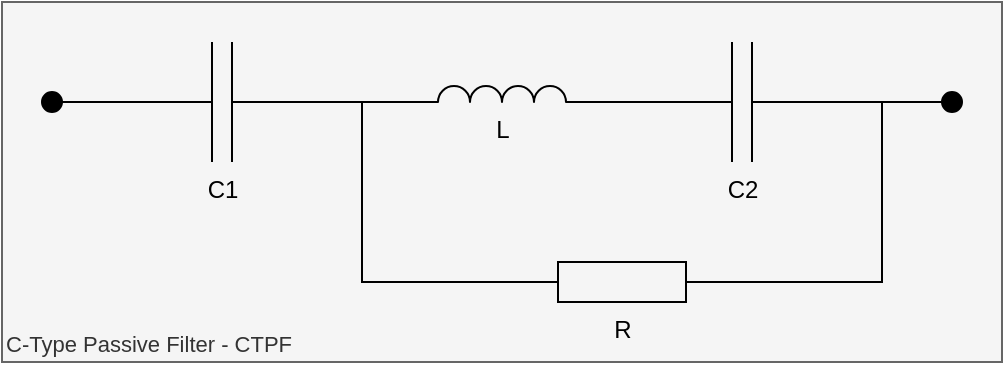
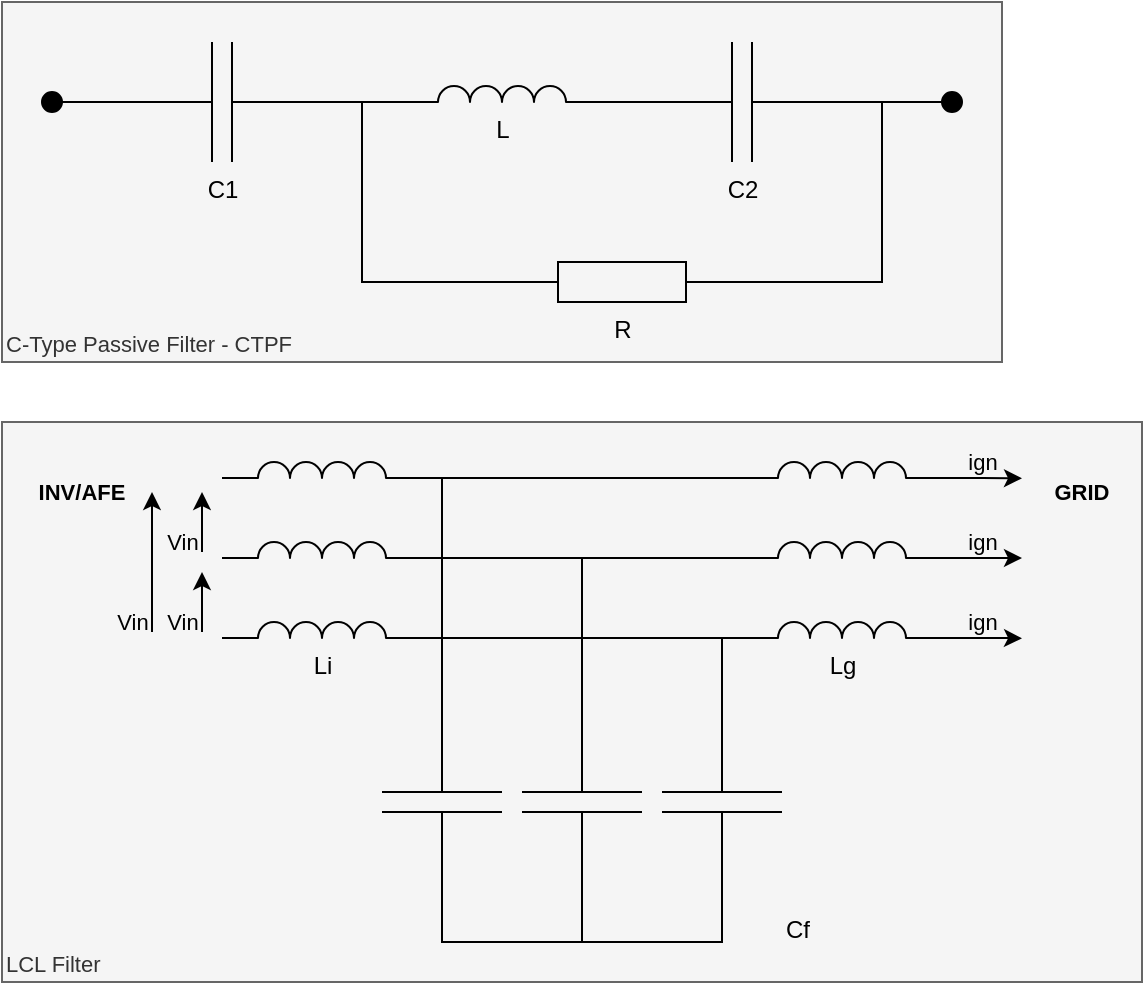
<mxfile host="Electron">
  <diagram name="CTPF" id="x4xFcfhwSQwX6V_FQ3n5" viewBox="-135 0 1438 874 1">
-     <mxGraphModel dx="1230" dy="739" grid="1" gridSize="10" guides="1" tooltips="1" connect="1" arrows="1" fold="1" page="1" pageScale="1" pageWidth="1654" pageHeight="1169" math="0" shadow="0">
+     <mxGraphModel dx="1414" dy="849" grid="1" gridSize="10" guides="1" tooltips="1" connect="1" arrows="1" fold="1" page="1" pageScale="1" pageWidth="1654" pageHeight="1169" math="0" shadow="0">
      <root>
        <mxCell id="0" />
        <mxCell id="1" parent="0" />
+         <mxCell id="cPqXYeygmooxPkBjhbgU-29" parent="1" style="rounded=0;whiteSpace=wrap;html=1;fontFamily=Helvetica;fontSize=11;fontColor=#333333;labelBackgroundColor=none;fillColor=#f5f5f5;strokeColor=#666666;verticalAlign=bottom;align=left;" value="LCL Filter" vertex="1">
+           <mxGeometry height="280" width="570" x="40" y="250" as="geometry" />
+         </mxCell>
        <mxCell id="cFjBPHRrkPQ9D8P8pO_k-18" parent="1" style="rounded=0;whiteSpace=wrap;html=1;fontFamily=Helvetica;fontSize=11;fontColor=#333333;labelBackgroundColor=none;fillColor=#f5f5f5;strokeColor=#666666;verticalAlign=bottom;align=left;" value="C-Type Passive Filter - CTPF" vertex="1">
          <mxGeometry height="180" width="500" x="40" y="40" as="geometry" />
        </mxCell>
        <mxCell id="cFjBPHRrkPQ9D8P8pO_k-12" edge="1" parent="1" source="cFjBPHRrkPQ9D8P8pO_k-1" style="edgeStyle=orthogonalEdgeStyle;shape=connector;rounded=0;orthogonalLoop=1;jettySize=auto;html=1;exitX=0;exitY=0.5;exitDx=0;exitDy=0;exitPerimeter=0;entryX=1;entryY=0.5;entryDx=0;entryDy=0;strokeColor=default;align=center;verticalAlign=middle;fontFamily=Helvetica;fontSize=11;fontColor=default;labelBackgroundColor=default;endArrow=none;endFill=0;" target="cFjBPHRrkPQ9D8P8pO_k-16">
          <mxGeometry relative="1" as="geometry">
            <mxPoint x="70.00000000000819" y="90" as="targetPoint" />
          </mxGeometry>
        </mxCell>
        <mxCell id="cFjBPHRrkPQ9D8P8pO_k-1" parent="1" style="pointerEvents=1;verticalLabelPosition=bottom;shadow=0;dashed=0;align=center;html=1;verticalAlign=top;shape=mxgraph.electrical.capacitors.capacitor_1;" value="C1" vertex="1">
          <mxGeometry height="60" width="100" x="100" y="60" as="geometry" />
        </mxCell>
        <mxCell id="cFjBPHRrkPQ9D8P8pO_k-15" edge="1" parent="1" source="cFjBPHRrkPQ9D8P8pO_k-2" style="edgeStyle=orthogonalEdgeStyle;shape=connector;rounded=0;orthogonalLoop=1;jettySize=auto;html=1;exitX=1;exitY=0.5;exitDx=0;exitDy=0;exitPerimeter=0;entryX=0;entryY=0.5;entryDx=0;entryDy=0;strokeColor=default;align=center;verticalAlign=middle;fontFamily=Helvetica;fontSize=11;fontColor=default;labelBackgroundColor=default;endArrow=none;endFill=0;" target="cFjBPHRrkPQ9D8P8pO_k-13">
          <mxGeometry relative="1" as="geometry" />
        </mxCell>
        <mxCell id="cFjBPHRrkPQ9D8P8pO_k-2" parent="1" style="pointerEvents=1;verticalLabelPosition=bottom;shadow=0;dashed=0;align=center;html=1;verticalAlign=top;shape=mxgraph.electrical.capacitors.capacitor_1;" value="C2" vertex="1">
          <mxGeometry height="60" width="100" x="360" y="60" as="geometry" />
        </mxCell>
        <mxCell id="cFjBPHRrkPQ9D8P8pO_k-3" parent="1" style="pointerEvents=1;verticalLabelPosition=bottom;shadow=0;dashed=0;align=center;html=1;verticalAlign=top;shape=mxgraph.electrical.inductors.inductor_3;" value="L" vertex="1">
          <mxGeometry height="8" width="100" x="240" y="82" as="geometry" />
        </mxCell>
        <mxCell id="cFjBPHRrkPQ9D8P8pO_k-4" parent="1" style="pointerEvents=1;verticalLabelPosition=bottom;shadow=0;dashed=0;align=center;html=1;verticalAlign=top;shape=mxgraph.electrical.resistors.resistor_1;fillColor=none;" value="R" vertex="1">
          <mxGeometry height="20" width="100" x="300" y="170" as="geometry" />
        </mxCell>
        <mxCell id="cFjBPHRrkPQ9D8P8pO_k-5" edge="1" parent="1" source="cFjBPHRrkPQ9D8P8pO_k-3" style="edgeStyle=orthogonalEdgeStyle;rounded=0;orthogonalLoop=1;jettySize=auto;html=1;exitX=1;exitY=1;exitDx=0;exitDy=0;exitPerimeter=0;entryX=0;entryY=0.5;entryDx=0;entryDy=0;entryPerimeter=0;endArrow=none;endFill=0;" target="cFjBPHRrkPQ9D8P8pO_k-2">
          <mxGeometry relative="1" as="geometry" />
        </mxCell>
        <mxCell id="cFjBPHRrkPQ9D8P8pO_k-6" edge="1" parent="1" source="cFjBPHRrkPQ9D8P8pO_k-2" style="edgeStyle=orthogonalEdgeStyle;shape=connector;rounded=0;orthogonalLoop=1;jettySize=auto;html=1;exitX=1;exitY=0.5;exitDx=0;exitDy=0;exitPerimeter=0;entryX=1;entryY=0.5;entryDx=0;entryDy=0;entryPerimeter=0;strokeColor=default;align=center;verticalAlign=middle;fontFamily=Helvetica;fontSize=11;fontColor=default;labelBackgroundColor=default;endArrow=none;endFill=0;" target="cFjBPHRrkPQ9D8P8pO_k-4">
          <mxGeometry relative="1" as="geometry" />
        </mxCell>
        <mxCell id="cFjBPHRrkPQ9D8P8pO_k-7" edge="1" parent="1" source="cFjBPHRrkPQ9D8P8pO_k-3" style="edgeStyle=orthogonalEdgeStyle;shape=connector;rounded=0;orthogonalLoop=1;jettySize=auto;html=1;exitX=0;exitY=1;exitDx=0;exitDy=0;exitPerimeter=0;entryX=0;entryY=0.5;entryDx=0;entryDy=0;entryPerimeter=0;strokeColor=default;align=center;verticalAlign=middle;fontFamily=Helvetica;fontSize=11;fontColor=default;labelBackgroundColor=default;endArrow=none;endFill=0;" target="cFjBPHRrkPQ9D8P8pO_k-4">
          <mxGeometry relative="1" as="geometry">
            <Array as="points">
              <mxPoint x="220" y="90" />
              <mxPoint x="220" y="180" />
            </Array>
          </mxGeometry>
        </mxCell>
        <mxCell id="cFjBPHRrkPQ9D8P8pO_k-13" parent="1" style="ellipse;fillColor=strokeColor;html=1;fontFamily=Helvetica;fontSize=11;fontColor=default;labelBackgroundColor=default;aspect=fixed;" value="" vertex="1">
          <mxGeometry height="10" width="10" x="510" y="85" as="geometry" />
        </mxCell>
        <mxCell id="cFjBPHRrkPQ9D8P8pO_k-16" parent="1" style="ellipse;fillColor=strokeColor;html=1;fontFamily=Helvetica;fontSize=11;fontColor=default;labelBackgroundColor=default;aspect=fixed;" value="" vertex="1">
          <mxGeometry height="10" width="10" x="60" y="85" as="geometry" />
        </mxCell>
        <mxCell id="cFjBPHRrkPQ9D8P8pO_k-17" edge="1" parent="1" source="cFjBPHRrkPQ9D8P8pO_k-1" style="edgeStyle=orthogonalEdgeStyle;shape=connector;rounded=0;orthogonalLoop=1;jettySize=auto;html=1;exitX=1;exitY=0.5;exitDx=0;exitDy=0;exitPerimeter=0;entryX=0;entryY=1;entryDx=0;entryDy=0;entryPerimeter=0;strokeColor=default;align=center;verticalAlign=middle;fontFamily=Helvetica;fontSize=11;fontColor=default;labelBackgroundColor=default;endArrow=none;endFill=0;" target="cFjBPHRrkPQ9D8P8pO_k-3">
          <mxGeometry relative="1" as="geometry">
            <Array as="points">
              <mxPoint x="230" y="90" />
              <mxPoint x="230" y="90" />
            </Array>
+           </mxGeometry>
+         </mxCell>
+         <mxCell id="cPqXYeygmooxPkBjhbgU-1" parent="1" style="pointerEvents=1;verticalLabelPosition=bottom;shadow=0;dashed=0;align=center;html=1;verticalAlign=top;shape=mxgraph.electrical.inductors.inductor_3;labelBackgroundColor=none;" value="" vertex="1">
+           <mxGeometry height="8" width="100" x="150" y="270" as="geometry" />
+         </mxCell>
+         <mxCell id="cPqXYeygmooxPkBjhbgU-2" edge="1" parent="1" source="cPqXYeygmooxPkBjhbgU-1" style="edgeStyle=orthogonalEdgeStyle;rounded=0;orthogonalLoop=1;jettySize=auto;html=1;exitX=1;exitY=1;exitDx=0;exitDy=0;exitPerimeter=0;entryX=0;entryY=1;entryDx=0;entryDy=0;entryPerimeter=0;endArrow=none;endFill=0;labelBackgroundColor=none;" target="cPqXYeygmooxPkBjhbgU-7">
+           <mxGeometry relative="1" as="geometry">
+             <Array as="points">
+               <mxPoint x="310" y="278" />
+               <mxPoint x="310" y="278" />
+             </Array>
+             <mxPoint x="230" y="278" as="targetPoint" />
+           </mxGeometry>
+         </mxCell>
+         <mxCell id="cPqXYeygmooxPkBjhbgU-3" parent="1" style="pointerEvents=1;verticalLabelPosition=bottom;shadow=0;dashed=0;align=center;html=1;verticalAlign=top;shape=mxgraph.electrical.inductors.inductor_3;labelBackgroundColor=none;" value="" vertex="1">
+           <mxGeometry height="8" width="100" x="150" y="310" as="geometry" />
+         </mxCell>
+         <mxCell id="cPqXYeygmooxPkBjhbgU-4" edge="1" parent="1" source="cPqXYeygmooxPkBjhbgU-3" style="edgeStyle=orthogonalEdgeStyle;rounded=0;orthogonalLoop=1;jettySize=auto;html=1;exitX=1;exitY=1;exitDx=0;exitDy=0;exitPerimeter=0;entryX=0;entryY=1;entryDx=0;entryDy=0;entryPerimeter=0;endArrow=none;endFill=0;labelBackgroundColor=none;" target="cPqXYeygmooxPkBjhbgU-9">
+           <mxGeometry relative="1" as="geometry">
+             <Array as="points">
+               <mxPoint x="300" y="318" />
+               <mxPoint x="300" y="318" />
+             </Array>
+             <mxPoint x="230" y="318" as="targetPoint" />
+           </mxGeometry>
+         </mxCell>
+         <mxCell id="cPqXYeygmooxPkBjhbgU-5" parent="1" style="pointerEvents=1;verticalLabelPosition=bottom;shadow=0;dashed=0;align=center;html=1;verticalAlign=top;shape=mxgraph.electrical.inductors.inductor_3;labelBackgroundColor=none;" value="Li" vertex="1">
+           <mxGeometry height="8" width="100" x="150" y="350" as="geometry" />
+         </mxCell>
+         <mxCell id="cPqXYeygmooxPkBjhbgU-6" edge="1" parent="1" source="cPqXYeygmooxPkBjhbgU-5" style="edgeStyle=orthogonalEdgeStyle;rounded=0;orthogonalLoop=1;jettySize=auto;html=1;exitX=1;exitY=1;exitDx=0;exitDy=0;exitPerimeter=0;entryX=0;entryY=1;entryDx=0;entryDy=0;entryPerimeter=0;endArrow=none;endFill=0;labelBackgroundColor=none;" target="cPqXYeygmooxPkBjhbgU-11">
+           <mxGeometry relative="1" as="geometry">
+             <Array as="points">
+               <mxPoint x="310" y="358" />
+               <mxPoint x="310" y="358" />
+             </Array>
+             <mxPoint x="230" y="358" as="targetPoint" />
+           </mxGeometry>
+         </mxCell>
+         <mxCell id="cPqXYeygmooxPkBjhbgU-23" edge="1" parent="1" source="cPqXYeygmooxPkBjhbgU-7" style="edgeStyle=orthogonalEdgeStyle;shape=connector;rounded=0;orthogonalLoop=1;jettySize=auto;html=1;exitX=1;exitY=1;exitDx=0;exitDy=0;exitPerimeter=0;strokeColor=default;align=center;verticalAlign=middle;fontFamily=Helvetica;fontSize=11;fontColor=default;labelBackgroundColor=none;endArrow=classic;endFill=1;" value="ign">
+           <mxGeometry relative="1" y="8" as="geometry">
+             <mxPoint as="offset" />
+             <Array as="points">
+               <mxPoint x="530" y="278" />
+               <mxPoint x="530" y="278" />
+             </Array>
+             <mxPoint x="550" y="278.1379310344828" as="targetPoint" />
+           </mxGeometry>
+         </mxCell>
+         <mxCell id="cPqXYeygmooxPkBjhbgU-7" parent="1" style="pointerEvents=1;verticalLabelPosition=bottom;shadow=0;dashed=0;align=center;html=1;verticalAlign=top;shape=mxgraph.electrical.inductors.inductor_3;labelBackgroundColor=none;" value="" vertex="1">
+           <mxGeometry height="8" width="100" x="410" y="270" as="geometry" />
+         </mxCell>
+         <mxCell id="cPqXYeygmooxPkBjhbgU-24" edge="1" parent="1" source="cPqXYeygmooxPkBjhbgU-9" style="edgeStyle=orthogonalEdgeStyle;shape=connector;rounded=0;orthogonalLoop=1;jettySize=auto;html=1;exitX=1;exitY=1;exitDx=0;exitDy=0;exitPerimeter=0;strokeColor=default;align=center;verticalAlign=middle;fontFamily=Helvetica;fontSize=11;fontColor=default;labelBackgroundColor=none;endArrow=classic;endFill=1;" value="ign">
+           <mxGeometry relative="1" y="8" as="geometry">
+             <mxPoint as="offset" />
+             <Array as="points">
+               <mxPoint x="530" y="318" />
+               <mxPoint x="530" y="318" />
+             </Array>
+             <mxPoint x="550" y="318" as="targetPoint" />
+           </mxGeometry>
+         </mxCell>
+         <mxCell id="cPqXYeygmooxPkBjhbgU-9" parent="1" style="pointerEvents=1;verticalLabelPosition=bottom;shadow=0;dashed=0;align=center;html=1;verticalAlign=top;shape=mxgraph.electrical.inductors.inductor_3;labelBackgroundColor=none;" value="" vertex="1">
+           <mxGeometry height="8" width="100" x="410" y="310" as="geometry" />
+         </mxCell>
+         <mxCell id="cPqXYeygmooxPkBjhbgU-25" edge="1" parent="1" source="cPqXYeygmooxPkBjhbgU-11" style="edgeStyle=orthogonalEdgeStyle;shape=connector;rounded=0;orthogonalLoop=1;jettySize=auto;html=1;exitX=1;exitY=1;exitDx=0;exitDy=0;exitPerimeter=0;strokeColor=default;align=center;verticalAlign=middle;fontFamily=Helvetica;fontSize=11;fontColor=default;labelBackgroundColor=none;endArrow=classic;endFill=1;" value="ign">
+           <mxGeometry relative="1" y="8" as="geometry">
+             <mxPoint as="offset" />
+             <Array as="points">
+               <mxPoint x="540" y="358" />
+               <mxPoint x="540" y="358" />
+             </Array>
+             <mxPoint x="550" y="358.1379310344828" as="targetPoint" />
+           </mxGeometry>
+         </mxCell>
+         <mxCell id="cPqXYeygmooxPkBjhbgU-11" parent="1" style="pointerEvents=1;verticalLabelPosition=bottom;shadow=0;dashed=0;align=center;html=1;verticalAlign=top;shape=mxgraph.electrical.inductors.inductor_3;labelBackgroundColor=none;" value="Lg" vertex="1">
+           <mxGeometry height="8" width="100" x="410" y="350" as="geometry" />
+         </mxCell>
+         <mxCell id="cPqXYeygmooxPkBjhbgU-13" parent="1" style="pointerEvents=1;verticalLabelPosition=bottom;shadow=0;dashed=0;align=center;html=1;verticalAlign=top;shape=mxgraph.electrical.capacitors.capacitor_1;rotation=90;labelBackgroundColor=none;" value="" vertex="1">
+           <mxGeometry height="60" width="100" x="280" y="410" as="geometry" />
+         </mxCell>
+         <mxCell id="cPqXYeygmooxPkBjhbgU-14" parent="1" style="pointerEvents=1;verticalLabelPosition=bottom;shadow=0;dashed=0;align=left;html=1;verticalAlign=top;shape=mxgraph.electrical.capacitors.capacitor_1;rotation=90;horizontal=0;labelPosition=right;labelBackgroundColor=none;" value="Cf" vertex="1">
+           <mxGeometry height="60" width="100" x="350" y="410" as="geometry" />
+         </mxCell>
+         <mxCell id="cPqXYeygmooxPkBjhbgU-15" parent="1" style="pointerEvents=1;verticalLabelPosition=bottom;shadow=0;dashed=0;align=center;html=1;verticalAlign=top;shape=mxgraph.electrical.capacitors.capacitor_1;rotation=90;labelBackgroundColor=none;" value="" vertex="1">
+           <mxGeometry height="60" width="100" x="210" y="410" as="geometry" />
+         </mxCell>
+         <mxCell id="cPqXYeygmooxPkBjhbgU-16" edge="1" parent="1" source="cPqXYeygmooxPkBjhbgU-15" style="edgeStyle=orthogonalEdgeStyle;rounded=0;orthogonalLoop=1;jettySize=auto;html=1;exitX=0;exitY=0.5;exitDx=0;exitDy=0;exitPerimeter=0;entryX=1;entryY=1;entryDx=0;entryDy=0;entryPerimeter=0;endArrow=none;endFill=0;labelBackgroundColor=none;" target="cPqXYeygmooxPkBjhbgU-1">
+           <mxGeometry relative="1" as="geometry">
+             <Array as="points">
+               <mxPoint x="260" y="278" />
+             </Array>
+           </mxGeometry>
+         </mxCell>
+         <mxCell id="cPqXYeygmooxPkBjhbgU-17" edge="1" parent="1" source="cPqXYeygmooxPkBjhbgU-13" style="edgeStyle=orthogonalEdgeStyle;shape=connector;rounded=0;orthogonalLoop=1;jettySize=auto;html=1;exitX=0;exitY=0.5;exitDx=0;exitDy=0;exitPerimeter=0;entryX=1;entryY=1;entryDx=0;entryDy=0;entryPerimeter=0;strokeColor=default;align=center;verticalAlign=middle;fontFamily=Helvetica;fontSize=11;fontColor=default;labelBackgroundColor=none;endArrow=none;endFill=0;" target="cPqXYeygmooxPkBjhbgU-3">
+           <mxGeometry relative="1" as="geometry">
+             <Array as="points">
+               <mxPoint x="330" y="318" />
+             </Array>
+           </mxGeometry>
+         </mxCell>
+         <mxCell id="cPqXYeygmooxPkBjhbgU-18" edge="1" parent="1" source="cPqXYeygmooxPkBjhbgU-14" style="edgeStyle=orthogonalEdgeStyle;shape=connector;rounded=0;orthogonalLoop=1;jettySize=auto;html=1;exitX=0;exitY=0.5;exitDx=0;exitDy=0;exitPerimeter=0;entryX=1;entryY=1;entryDx=0;entryDy=0;entryPerimeter=0;strokeColor=default;align=center;verticalAlign=middle;fontFamily=Helvetica;fontSize=11;fontColor=default;labelBackgroundColor=none;endArrow=none;endFill=0;" target="cPqXYeygmooxPkBjhbgU-5">
+           <mxGeometry relative="1" as="geometry">
+             <Array as="points">
+               <mxPoint x="400" y="358" />
+             </Array>
+           </mxGeometry>
+         </mxCell>
+         <mxCell id="cPqXYeygmooxPkBjhbgU-19" edge="1" parent="1" source="cPqXYeygmooxPkBjhbgU-15" style="edgeStyle=orthogonalEdgeStyle;shape=connector;rounded=0;orthogonalLoop=1;jettySize=auto;html=1;exitX=1;exitY=0.5;exitDx=0;exitDy=0;exitPerimeter=0;entryX=1;entryY=0.5;entryDx=0;entryDy=0;entryPerimeter=0;strokeColor=default;align=center;verticalAlign=middle;fontFamily=Helvetica;fontSize=11;fontColor=default;labelBackgroundColor=none;endArrow=none;endFill=0;" target="cPqXYeygmooxPkBjhbgU-13">
+           <mxGeometry relative="1" as="geometry" />
+         </mxCell>
+         <mxCell id="cPqXYeygmooxPkBjhbgU-20" edge="1" parent="1" source="cPqXYeygmooxPkBjhbgU-14" style="edgeStyle=orthogonalEdgeStyle;shape=connector;rounded=0;orthogonalLoop=1;jettySize=auto;html=1;exitX=1;exitY=0.5;exitDx=0;exitDy=0;exitPerimeter=0;entryX=1;entryY=0.5;entryDx=0;entryDy=0;entryPerimeter=0;strokeColor=default;align=center;verticalAlign=middle;fontFamily=Helvetica;fontSize=11;fontColor=default;labelBackgroundColor=none;endArrow=none;endFill=0;" target="cPqXYeygmooxPkBjhbgU-13">
+           <mxGeometry relative="1" as="geometry" />
+         </mxCell>
+         <mxCell id="cPqXYeygmooxPkBjhbgU-21" parent="1" style="text;html=1;whiteSpace=wrap;strokeColor=none;fillColor=none;align=center;verticalAlign=middle;rounded=0;fontFamily=Helvetica;fontSize=11;fontColor=default;labelBackgroundColor=none;fontStyle=1" value="INV/AFE" vertex="1">
+           <mxGeometry height="30" width="60" x="50" y="270" as="geometry" />
+         </mxCell>
+         <mxCell id="cPqXYeygmooxPkBjhbgU-22" parent="1" style="text;html=1;whiteSpace=wrap;strokeColor=none;fillColor=none;align=center;verticalAlign=middle;rounded=0;fontFamily=Helvetica;fontSize=11;fontColor=default;labelBackgroundColor=none;fontStyle=1" value="GRID" vertex="1">
+           <mxGeometry height="30" width="60" x="550" y="270" as="geometry" />
+         </mxCell>
+         <mxCell id="cPqXYeygmooxPkBjhbgU-26" edge="1" parent="1" style="endArrow=classic;html=1;rounded=0;strokeColor=default;align=center;verticalAlign=middle;fontFamily=Helvetica;fontSize=11;fontColor=default;labelBackgroundColor=none;edgeStyle=orthogonalEdgeStyle;" value="Vin">
+           <mxGeometry height="50" relative="1" width="50" x="-0.6667" y="10" as="geometry">
+             <mxPoint as="offset" />
+             <mxPoint x="140" y="315" as="sourcePoint" />
+             <mxPoint x="140" y="285" as="targetPoint" />
+           </mxGeometry>
+         </mxCell>
+         <mxCell id="cPqXYeygmooxPkBjhbgU-27" edge="1" parent="1" style="endArrow=classic;html=1;rounded=0;strokeColor=default;align=center;verticalAlign=middle;fontFamily=Helvetica;fontSize=11;fontColor=default;labelBackgroundColor=none;edgeStyle=orthogonalEdgeStyle;" value="Vin">
+           <mxGeometry height="50" relative="1" width="50" x="-0.6667" y="10" as="geometry">
+             <mxPoint as="offset" />
+             <mxPoint x="140" y="355" as="sourcePoint" />
+             <mxPoint x="140" y="325" as="targetPoint" />
+           </mxGeometry>
+         </mxCell>
+         <mxCell id="cPqXYeygmooxPkBjhbgU-28" edge="1" parent="1" style="endArrow=classic;html=1;rounded=0;strokeColor=default;align=center;verticalAlign=middle;fontFamily=Helvetica;fontSize=11;fontColor=default;labelBackgroundColor=none;edgeStyle=orthogonalEdgeStyle;" value="Vin">
+           <mxGeometry height="50" relative="1" width="50" x="-0.8571" y="10" as="geometry">
+             <mxPoint as="offset" />
+             <mxPoint x="115" y="355" as="sourcePoint" />
+             <mxPoint x="115" y="285" as="targetPoint" />
          </mxGeometry>
        </mxCell>
      </root>
    </mxGraphModel>
  </diagram>
</mxfile>
